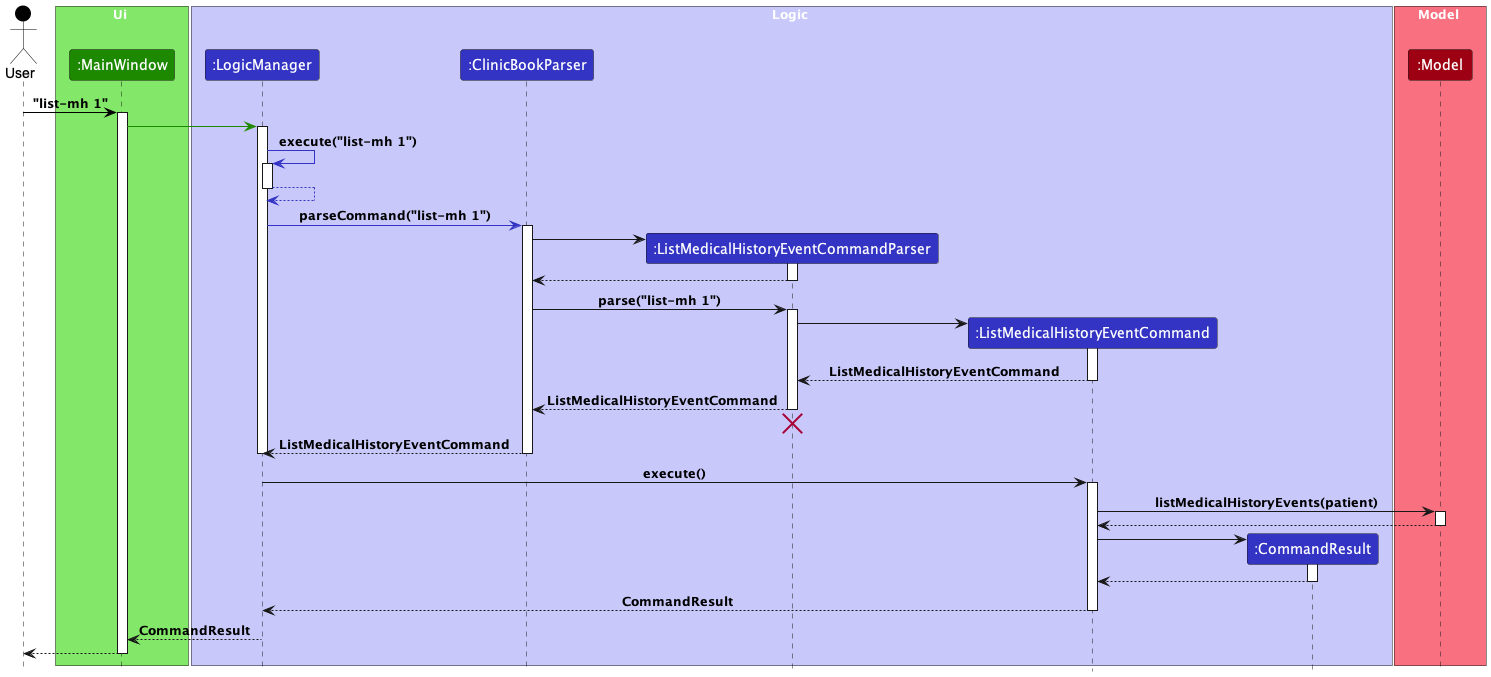
Before: docs/images/ListMedicalHistoryEventSequenceDiagram.png, a diagram exported from PlantUML (pangyyen/tp).
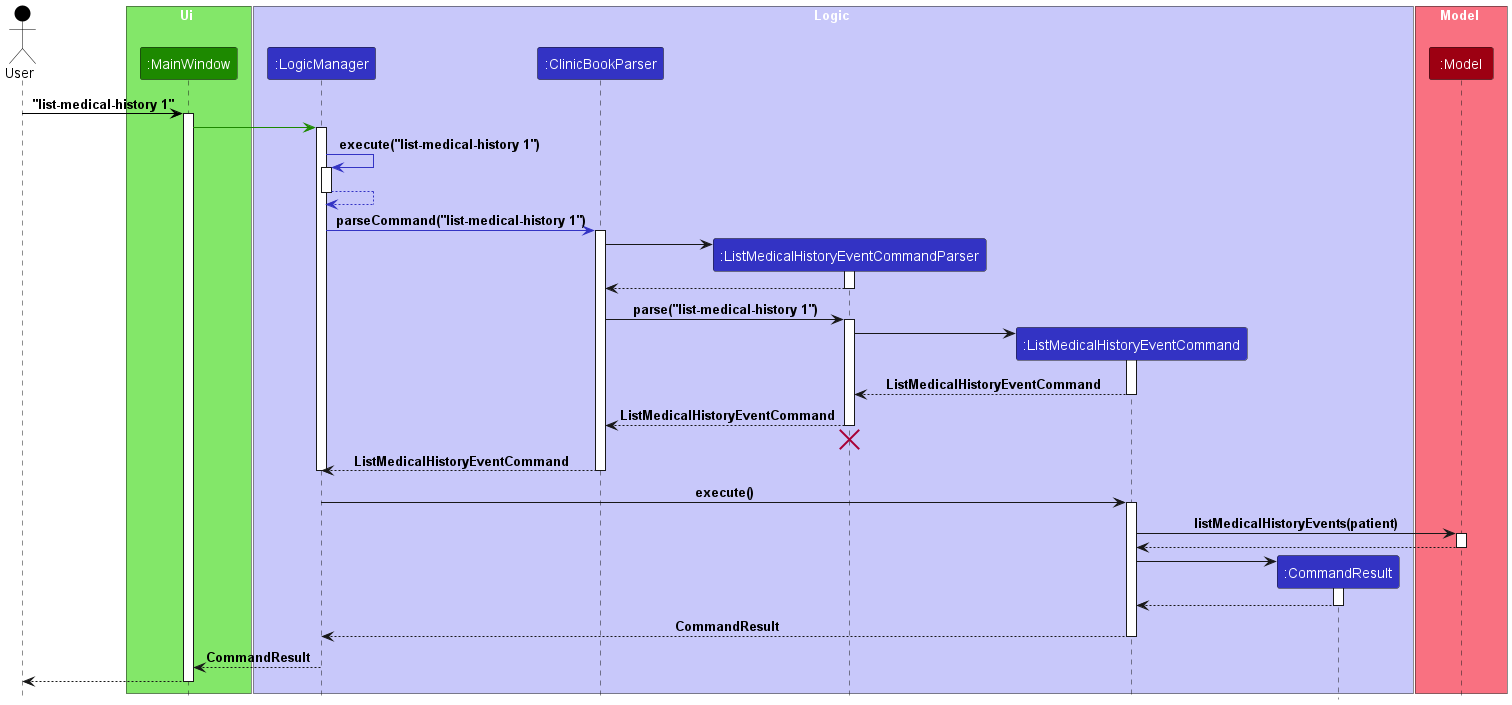
After the change.

Commit message:
Fix typo in medical history

In ListMedicalHistoryEventSequenceDiagram and DeveloperGuide

Change to the diagram source:
```diff
@@ -20,19 +20,19 @@
 end box
 
 box Model MODEL_COLOR_T1
-user -[USER_COLOR]> mainWindow : "list-mh 1"
+user -[USER_COLOR]> mainWindow : "list-medical-history 1"
 activate mainWindow
 
 mainWindow -[UI_COLOR]> LogicManager
 activate LogicManager
 
-LogicManager -[LOGIC_COLOR]> LogicManager : execute("list-mh 1")
+LogicManager -[LOGIC_COLOR]> LogicManager : execute("list-medical-history 1")
 activate LogicManager
 
 LogicManager -[LOGIC_COLOR]-> LogicManager
 deactivate LogicManager
 
-LogicManager -[LOGIC_COLOR]> ClinicBookParser : parseCommand("list-mh 1")
+LogicManager -[LOGIC_COLOR]> ClinicBookParser : parseCommand("list-medical-history 1")
 activate ClinicBookParser
 
 create ListMedicalHistoryEventCommandParser
@@ -42,7 +42,7 @@
 ListMedicalHistoryEventCommandParser --> ClinicBookParser
 deactivate ListMedicalHistoryEventCommandParser
 
-ClinicBookParser -> ListMedicalHistoryEventCommandParser : parse("list-mh 1")
+ClinicBookParser -> ListMedicalHistoryEventCommandParser : parse("list-medical-history 1")
 activate ListMedicalHistoryEventCommandParser
 
 create ListMedicalHistoryEventCommand
```
